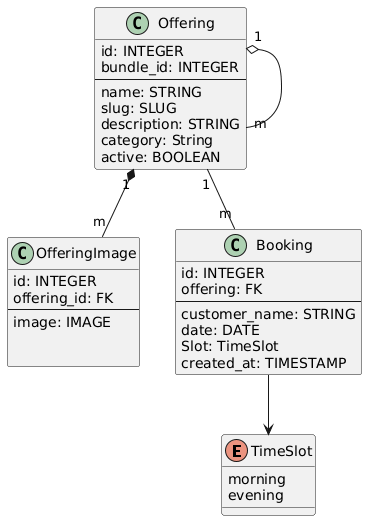
Earlier version of the PlantUML export docs/class-diagram/pinatiks-web-class-diagram.png (romerferrer/pinatiks-web). Source of this version:
```plantuml
@startuml
enum TimeSlot {
     morning
     evening
   }

class Offering {
      id: INTEGER
      bundle_id: INTEGER
      --
      name: STRING
      slug: SLUG
      description: STRING
      category: String
      active: BOOLEAN
   }


class OfferingImage {
      id: INTEGER
      offering_id: FK
      --
      image: IMAGE


   }

class Booking {
      id: INTEGER
      offering: FK
      --
      customer_name: STRING
      date: DATE
      Slot: TimeSlot
      created_at: TIMESTAMP
   }

Booking --> TimeSlot
Offering "1" -- "m" Booking
Offering "1" *-- "m" OfferingImage
Offering "1" o-- "m" Offering
@enduml
```
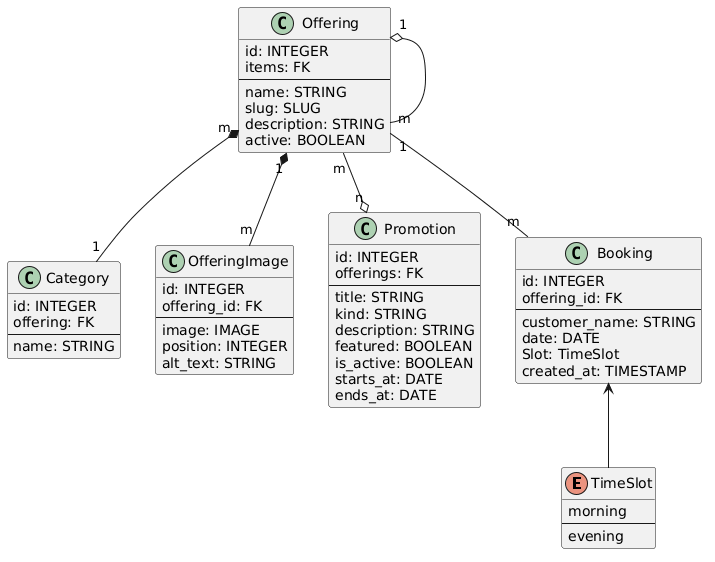
Above is the later version.

Commit message:
Postgres migration. Offering model views work

What changed in the source:
```diff
@@ -1,33 +1,51 @@
 @startuml
 enum TimeSlot {
      morning
+     --
      evening
    }
 
 class Offering {
       id: INTEGER
-      bundle_id: INTEGER
+      items: FK
       --
       name: STRING
       slug: SLUG
       description: STRING
-      category: String
       active: BOOLEAN
    }
 
-
+class Category {
+      id: INTEGER
+      offering: FK
+      --
+      name: STRING
+   }
 class OfferingImage {
       id: INTEGER
       offering_id: FK
       --
       image: IMAGE
+      position: INTEGER
+      alt_text: STRING
+   }
 
-
+class Promotion {
+      id: INTEGER
+      offerings: FK
+      --
+      title: STRING
+      kind: STRING
+      description: STRING
+      featured: BOOLEAN
+      is_active: BOOLEAN
+      starts_at: DATE
+      ends_at: DATE
    }
 
 class Booking {
       id: INTEGER
-      offering: FK
+      offering_id: FK
       --
       customer_name: STRING
       date: DATE
@@ -35,8 +53,10 @@
       created_at: TIMESTAMP
    }
 
-Booking --> TimeSlot
+Booking <-- TimeSlot
 Offering "1" -- "m" Booking
+Offering "m" *-- "1" Category
 Offering "1" *-- "m" OfferingImage
+Offering "m" --o "n" Promotion
 Offering "1" o-- "m" Offering
 @enduml
```
